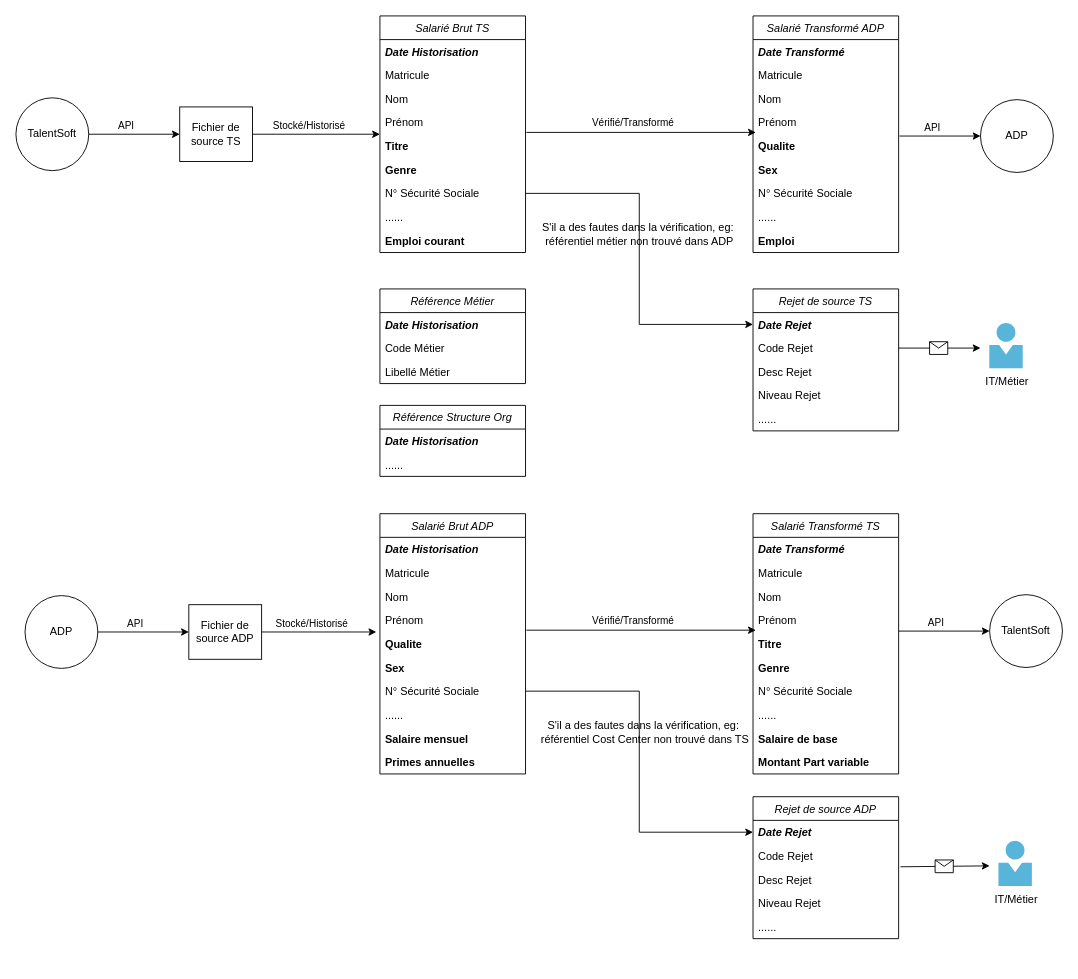
Above: Schema Interface SIRH.drawio in YLIUSBI/Motul-Interface-SIRH (draw.io), before the change. Source tidied: cells renumbered, new cells numbered last; positions are measured from the earlier drawing's top-left corner, leaving out a move shared by most shapes. Both pictures are drawn from the tidied source at 91%, with x=0, y=0 at pixel (15, 15).
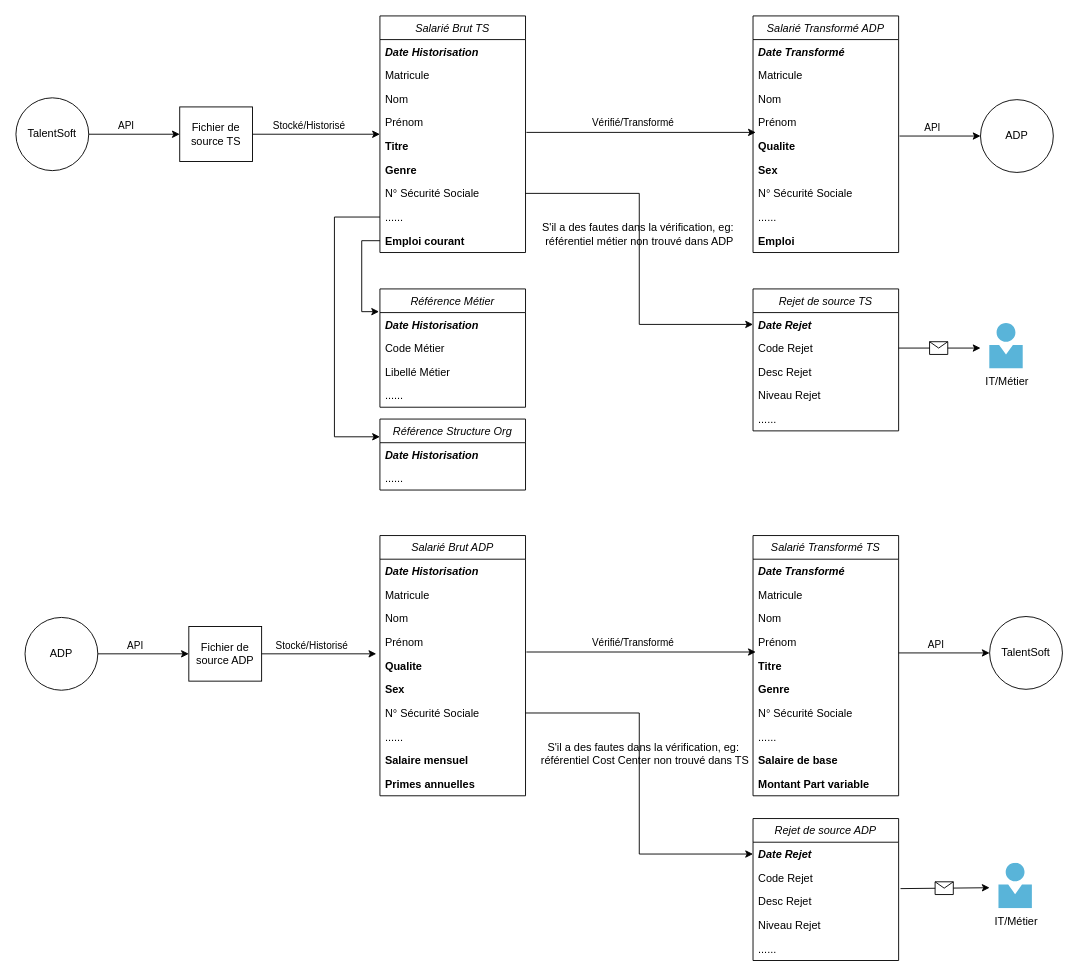
The same page after the edit.

Commit message (it also covers changes not shown here):
Mettre à jour Schema Interface SIRH.drawio

Unchanged cells that the change refers to:
```xml
<mxCell id="10" value="......" style="text;align=left;verticalAlign=top;spacingLeft=4;spacingRight=4;overflow=hidden;points=[[0,0.5],[1,0.5]];portConstraint=eastwest;rounded=0;shadow=0;html=0;" parent="2" vertex="1">
  <mxGeometry y="208" width="160" height="26" as="geometry" />
</mxCell>
<mxCell id="11" value="Emploi courant" style="text;align=left;verticalAlign=top;spacingLeft=4;spacingRight=4;overflow=hidden;points=[[0,0.5],[1,0.5]];portConstraint=eastwest;rounded=0;shadow=0;html=0;fontStyle=1;" parent="2" vertex="1">
  <mxGeometry y="234" width="160" height="26" as="geometry" />
</mxCell>
<mxCell id="83" value="Code Rejet" style="text;align=left;verticalAlign=top;spacingLeft=4;spacingRight=4;overflow=hidden;points=[[0,0.5],[1,0.5]];portConstraint=eastwest;" parent="81" vertex="1">
  <mxGeometry y="52" width="160" height="26" as="geometry" />
</mxCell>
```

Diff of the diagram source:
```diff
@@
     <mxCell id="15" value="Référence Métier" style="swimlane;fontStyle=2;align=center;verticalAlign=top;horizontal=1;startSize=26;rounded=0;shadow=0;strokeWidth=1;" parent="1" vertex="1">
-      <mxGeometry x="400" y="300" width="160" height="104" as="geometry" />
+      <mxGeometry x="400" y="300" width="160" height="130" as="geometry" />
     </mxCell>
@@
+    <mxCell id="95" value="......" style="text;align=left;verticalAlign=top;spacingLeft=4;spacingRight=4;overflow=hidden;rounded=0;shadow=0;html=0;" parent="15" vertex="1">
+      <mxGeometry y="104" width="160" height="26" as="geometry" />
+    </mxCell>
     <mxCell id="19" value="Référence Structure Org" style="swimlane;fontStyle=2;align=center;verticalAlign=top;horizontal=1;startSize=26;rounded=0;shadow=0;strokeWidth=1;" parent="1" vertex="1">
-      <mxGeometry x="400" y="428" width="160" height="78" as="geometry" />
+      <mxGeometry x="400" y="443" width="160" height="78" as="geometry" />
     </mxCell>
@@
     <mxCell id="48" value="Salarié Brut ADP" style="swimlane;fontStyle=2;align=center;verticalAlign=top;horizontal=1;startSize=26;rounded=0;shadow=0;strokeWidth=1;" parent="1" vertex="1">
-      <mxGeometry x="400" y="547" width="160" height="286" as="geometry" />
+      <mxGeometry x="400" y="571" width="160" height="286" as="geometry" />
     </mxCell>
@@
     <mxCell id="59" value="ADP" style="ellipse;whiteSpace=wrap;html=1;" parent="1" vertex="1">
-      <mxGeometry x="10" y="637" width="80" height="80" as="geometry" />
+      <mxGeometry x="10" y="661" width="80" height="80" as="geometry" />
     </mxCell>
@@
     <mxCell id="62" value="Fichier de source ADP" style="rounded=0;whiteSpace=wrap;html=1;" parent="1" vertex="1">
-      <mxGeometry x="190" y="647" width="80" height="60" as="geometry" />
+      <mxGeometry x="190" y="671" width="80" height="60" as="geometry" />
     </mxCell>
@@
     <mxCell id="65" value="Salarié Transformé TS" style="swimlane;fontStyle=2;align=center;verticalAlign=top;horizontal=1;startSize=26;rounded=0;shadow=0;strokeWidth=1;" parent="1" vertex="1">
-      <mxGeometry x="810" y="547" width="160" height="286" as="geometry" />
+      <mxGeometry x="810" y="571" width="160" height="286" as="geometry" />
     </mxCell>
@@
     <mxCell id="78" value="TalentSoft" style="ellipse;whiteSpace=wrap;html=1;" parent="1" vertex="1">
-      <mxGeometry x="1070" y="636" width="80" height="80" as="geometry" />
+      <mxGeometry x="1070" y="660" width="80" height="80" as="geometry" />
     </mxCell>
@@
     <mxCell id="81" value="Rejet de source ADP" style="swimlane;fontStyle=2;align=center;verticalAlign=top;horizontal=1;startSize=26;rounded=0;shadow=0;strokeWidth=1;" parent="1" vertex="1">
-      <mxGeometry x="810" y="858" width="160" height="156" as="geometry" />
+      <mxGeometry x="810" y="882" width="160" height="156" as="geometry" />
     </mxCell>
@@
     <mxCell id="88" value="S'il a des fautes dans la vérification,&amp;nbsp;&lt;span style=&quot;background-color: initial;&quot;&gt;eg:&amp;nbsp;&lt;/span&gt;&lt;div&gt;&lt;span style=&quot;background-color: initial;&quot;&gt;référentiel Cost Center non trouvé dans TS&lt;/span&gt;&lt;/div&gt;" style="text;html=1;align=center;verticalAlign=middle;strokeColor=none;fillColor=none;" parent="1" vertex="1">
-      <mxGeometry x="566" y="767" width="250" height="40" as="geometry" />
+      <mxGeometry x="566" y="791" width="250" height="40" as="geometry" />
     </mxCell>
@@
     <mxCell id="92" style="endArrow=classic;html=1;rounded=0;exitX=1.013;exitY=0.962;exitDx=0;exitDy=0;exitPerimeter=0;" parent="1" edge="1" source="83">
       <mxGeometry relative="1" as="geometry">
-        <mxPoint x="1070" y="934" as="targetPoint" />
+        <mxPoint x="1070" y="958" as="targetPoint" />
       </mxGeometry>
     </mxCell>
@@
     <mxCell id="94" value="IT/Métier" style="image;sketch=0;html=1;align=center;fontSize=12;image=img/lib/mscae/Person.svg;" parent="1" vertex="1">
-      <mxGeometry x="1080" y="907" width="37" height="50" as="geometry" />
+      <mxGeometry x="1080" y="931" width="37" height="50" as="geometry" />
     </mxCell>
+    <mxCell id="96" style="edgeStyle=orthogonalEdgeStyle;rounded=0;jettySize=auto;html=1;exitX=0;exitY=0.5;exitDx=0;exitDy=0;entryX=0;entryY=0.25;entryDx=0;entryDy=0;" parent="1" edge="1" source="10" target="19">
+      <mxGeometry relative="1" as="geometry">
+        <Array as="points">
+          <mxPoint x="350" y="221" />
+          <mxPoint x="350" y="463" />
+        </Array>
+      </mxGeometry>
+    </mxCell>
+    <mxCell id="97" style="edgeStyle=orthogonalEdgeStyle;rounded=0;jettySize=auto;html=1;exitX=0;exitY=0.5;exitDx=0;exitDy=0;entryX=-0.006;entryY=0.192;entryDx=0;entryDy=0;entryPerimeter=0;" parent="1" edge="1" source="11" target="15">
+      <mxGeometry relative="1" as="geometry" />
+    </mxCell>
```
